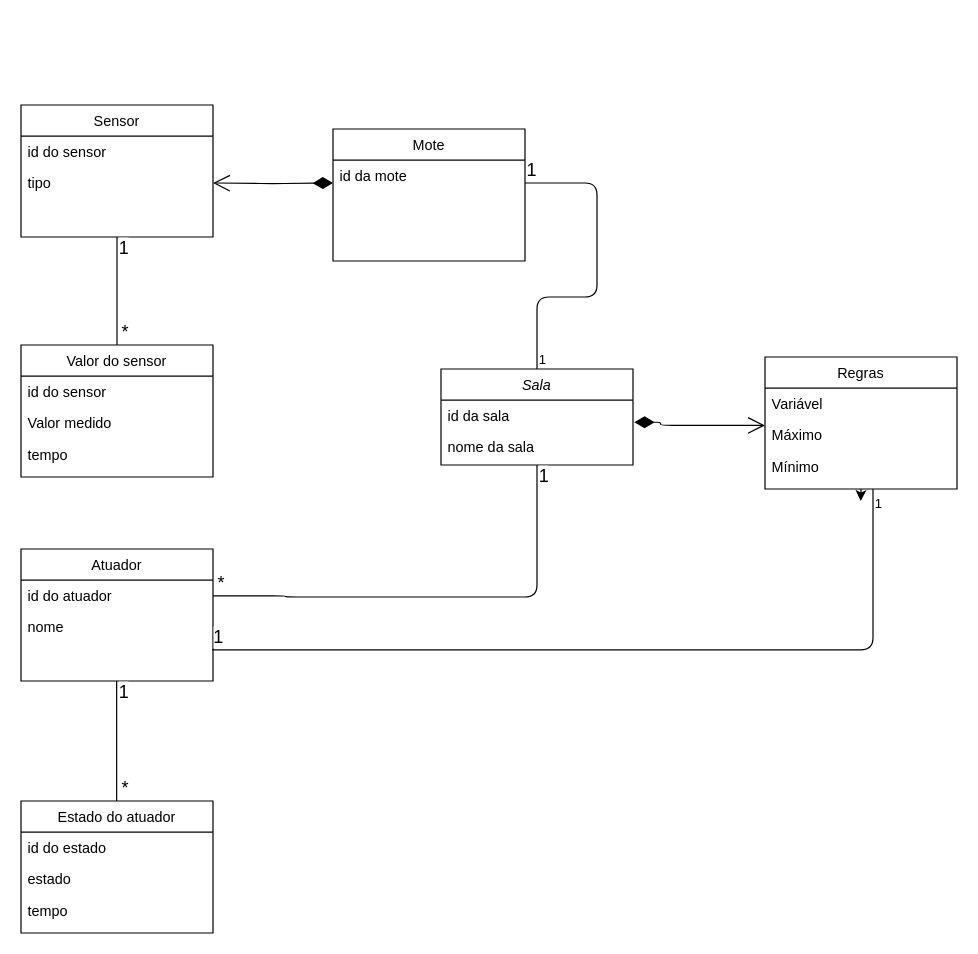
This is Documentation/UML_Class_Diagram.drawio from pedrosilva2703/SINF-FEUP, a draw.io file, before an edit. Source tidied: cells renumbered, new cells numbered last; positions are measured from the earlier drawing's top-left corner, leaving out a move shared by most shapes. Both pictures are drawn from the tidied source at 120%, with x=0, y=0 at pixel (20, 104).
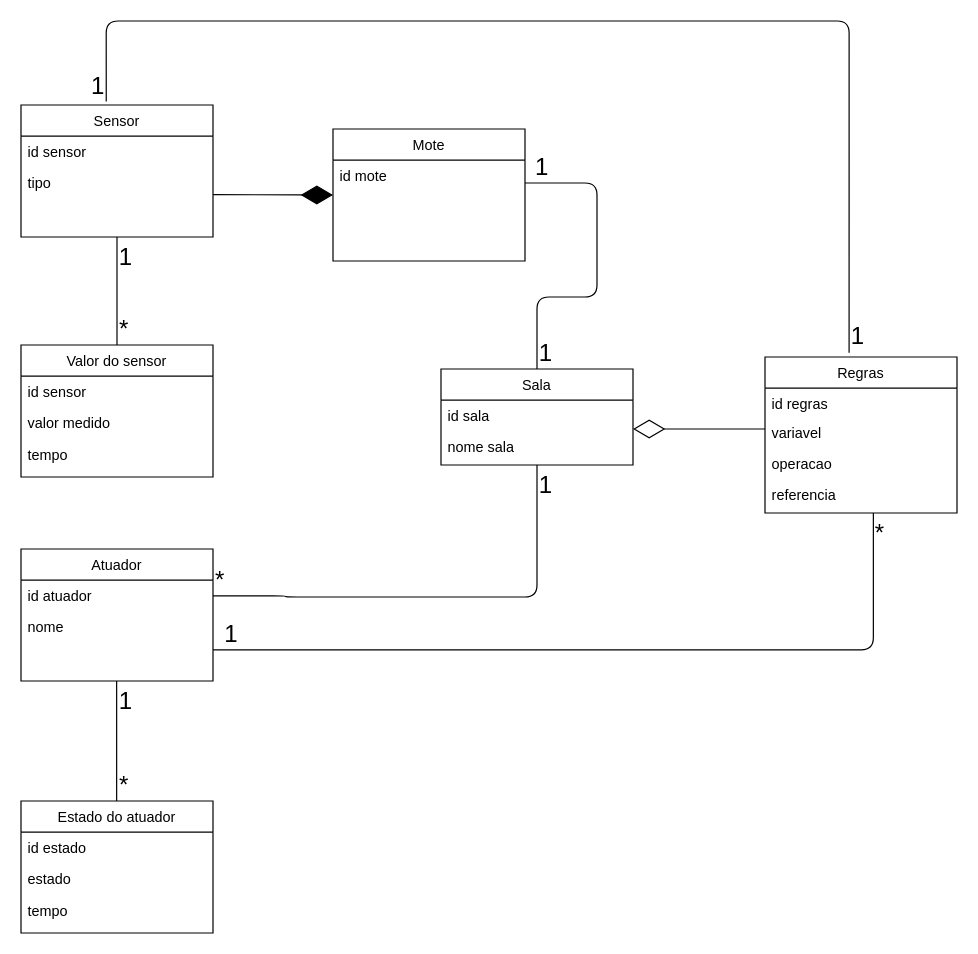
After the change.

The change refers to these unchanged cells:
```xml
<mxCell id="10" value="Atuador" style="swimlane;fontStyle=0;align=center;verticalAlign=top;horizontal=1;startSize=26;rounded=0;shadow=0;strokeWidth=1;" parent="1" vertex="1">
  <mxGeometry y="370" width="160" height="110" as="geometry" />
</mxCell>
<mxCell id="13" value="Sensor" style="swimlane;fontStyle=0;align=center;verticalAlign=top;horizontal=1;startSize=26;rounded=0;shadow=0;strokeWidth=1;" parent="1" vertex="1">
  <mxGeometry width="160" height="110" as="geometry" />
</mxCell>
<mxCell id="15" value="tipo" style="text;align=left;verticalAlign=top;spacingLeft=4;spacingRight=4;overflow=hidden;points=[[0,0.5],[1,0.5]];portConstraint=eastwest;rounded=0;shadow=0;html=0;" parent="13" vertex="1">
  <mxGeometry y="52" width="160" height="26" as="geometry" />
</mxCell>
<mxCell id="16" style="endArrow=none;html=1;edgeStyle=orthogonalEdgeStyle;exitX=0.5;exitY=0;exitDx=0;exitDy=0;entryX=1;entryY=0.5;entryDx=0;entryDy=0;" parent="1" edge="1" source="2">
  <mxGeometry relative="1" as="geometry">
    <mxPoint x="420" y="65" as="targetPoint" />
    <Array as="points">
      <mxPoint x="430" y="160" />
      <mxPoint x="480" y="160" />
      <mxPoint x="480" y="65" />
    </Array>
  </mxGeometry>
</mxCell>
<mxCell id="22" style="endArrow=none;html=1;edgeStyle=orthogonalEdgeStyle;exitX=0.5;exitY=1;exitDx=0;exitDy=0;entryX=1;entryY=0.5;entryDx=0;entryDy=0;" parent="1" edge="1" source="2" target="11">
  <mxGeometry relative="1" as="geometry">
    <Array as="points">
      <mxPoint x="430" y="410" />
      <mxPoint x="220" y="410" />
    </Array>
  </mxGeometry>
</mxCell>
<mxCell id="25" value="Mote" style="swimlane;fontStyle=0;align=center;verticalAlign=top;horizontal=1;startSize=26;rounded=0;shadow=0;strokeWidth=1;" parent="1" vertex="1">
  <mxGeometry x="260" y="20" width="160" height="110" as="geometry" />
</mxCell>
<mxCell id="28" value="Valor do sensor" style="swimlane;fontStyle=0;align=center;verticalAlign=top;horizontal=1;startSize=26;rounded=0;shadow=0;strokeWidth=1;" parent="1" vertex="1">
  <mxGeometry y="200" width="160" height="110" as="geometry" />
</mxCell>
<mxCell id="32" style="endArrow=none;html=1;edgeStyle=orthogonalEdgeStyle;exitX=0.5;exitY=1;exitDx=0;exitDy=0;entryX=0.5;entryY=0;entryDx=0;entryDy=0;" parent="1" edge="1" source="13" target="28">
  <mxGeometry relative="1" as="geometry" />
</mxCell>
<mxCell id="35" value="Estado do atuador" style="swimlane;fontStyle=0;align=center;verticalAlign=top;horizontal=1;startSize=26;rounded=0;shadow=0;strokeWidth=1;" parent="1" vertex="1">
  <mxGeometry y="580" width="160" height="110" as="geometry" />
</mxCell>
<mxCell id="39" style="endArrow=none;html=1;edgeStyle=orthogonalEdgeStyle;" parent="1" edge="1">
  <mxGeometry relative="1" as="geometry">
    <mxPoint x="79.7" y="480" as="sourcePoint" />
    <mxPoint x="79.7" y="580" as="targetPoint" />
    <Array as="points">
      <mxPoint x="79.7" y="480" />
    </Array>
  </mxGeometry>
</mxCell>
```

What changed in the source:
```diff
@@
-    <mxCell id="2" value="Sala" style="swimlane;fontStyle=2;align=center;verticalAlign=top;horizontal=1;startSize=26;rounded=0;shadow=0;strokeWidth=1;" parent="1" vertex="1">
+    <mxCell id="2" value="Sala" style="swimlane;fontStyle=0;align=center;verticalAlign=top;horizontal=1;startSize=26;rounded=0;shadow=0;strokeWidth=1;" parent="1" vertex="1">
       <mxGeometry x="350" y="220" width="160" height="80" as="geometry" />
     </mxCell>
-    <mxCell id="3" value="id da sala" style="text;align=left;verticalAlign=top;spacingLeft=4;spacingRight=4;overflow=hidden;points=[[0,0.5],[1,0.5]];portConstraint=eastwest;" parent="2" vertex="1">
+    <mxCell id="3" value="id sala" style="text;align=left;verticalAlign=top;spacingLeft=4;spacingRight=4;overflow=hidden;points=[[0,0.5],[1,0.5]];portConstraint=eastwest;" parent="2" vertex="1">
       <mxGeometry y="26" width="160" height="26" as="geometry" />
     </mxCell>
-    <mxCell id="4" value="nome da sala" style="text;align=left;verticalAlign=top;spacingLeft=4;spacingRight=4;overflow=hidden;rounded=0;shadow=0;html=0;" parent="2" vertex="1">
+    <mxCell id="4" value="nome sala" style="text;align=left;verticalAlign=top;spacingLeft=4;spacingRight=4;overflow=hidden;rounded=0;shadow=0;html=0;" parent="2" vertex="1">
       <mxGeometry y="52" width="160" height="26" as="geometry" />
     </mxCell>
-    <mxCell id="5" style="edgeStyle=orthogonalEdgeStyle;rounded=0;jettySize=auto;html=1;exitX=0.5;exitY=1;exitDx=0;exitDy=0;" parent="1" edge="1" source="6">
-      <mxGeometry relative="1" as="geometry">
-        <mxPoint x="699.8" y="330" as="targetPoint" />
-      </mxGeometry>
-    </mxCell>
     <mxCell id="6" value="Regras" style="swimlane;fontStyle=0;align=center;verticalAlign=top;horizontal=1;startSize=26;rounded=0;shadow=0;strokeWidth=1;" parent="1" vertex="1">
-      <mxGeometry x="620" y="210" width="160" height="110" as="geometry" />
+      <mxGeometry x="620" y="210" width="160" height="130" as="geometry" />
     </mxCell>
+    <mxCell id="43" value="id regras" style="text;align=left;verticalAlign=top;spacingLeft=4;spacingRight=4;overflow=hidden;rounded=0;shadow=0;html=0;" parent="6" vertex="1">
+      <mxGeometry y="26" width="160" height="24" as="geometry" />
+    </mxCell>
-    <mxCell id="7" value="Variável" style="text;align=left;verticalAlign=top;spacingLeft=4;spacingRight=4;overflow=hidden;" parent="6" vertex="1">
-      <mxGeometry y="26" width="160" height="26" as="geometry" />
+    <mxCell id="7" value="variavel" style="text;align=left;verticalAlign=top;spacingLeft=4;spacingRight=4;overflow=hidden;" parent="6" vertex="1">
+      <mxGeometry y="50" width="160" height="26" as="geometry" />
     </mxCell>
-    <mxCell id="8" value="Máximo" style="text;align=left;verticalAlign=top;spacingLeft=4;spacingRight=4;overflow=hidden;rounded=0;shadow=0;html=0;" parent="6" vertex="1">
-      <mxGeometry y="52" width="160" height="26" as="geometry" />
+    <mxCell id="8" value="operacao" style="text;align=left;verticalAlign=top;spacingLeft=4;spacingRight=4;overflow=hidden;rounded=0;shadow=0;html=0;" parent="6" vertex="1">
+      <mxGeometry y="76" width="160" height="26" as="geometry" />
     </mxCell>
-    <mxCell id="9" value="Mínimo" style="text;align=left;verticalAlign=top;spacingLeft=4;spacingRight=4;overflow=hidden;rounded=0;shadow=0;html=0;" parent="6" vertex="1">
-      <mxGeometry y="78" width="160" height="26" as="geometry" />
+    <mxCell id="9" value="referencia" style="text;align=left;verticalAlign=top;spacingLeft=4;spacingRight=4;overflow=hidden;rounded=0;shadow=0;html=0;" parent="6" vertex="1">
+      <mxGeometry y="102" width="160" height="24" as="geometry" />
     </mxCell>
@@
-    <mxCell id="11" value="id do atuador" style="text;align=left;verticalAlign=top;spacingLeft=4;spacingRight=4;overflow=hidden;points=[[0,0.5],[1,0.5]];portConstraint=eastwest;" parent="10" vertex="1">
+    <mxCell id="11" value="id atuador" style="text;align=left;verticalAlign=top;spacingLeft=4;spacingRight=4;overflow=hidden;points=[[0,0.5],[1,0.5]];portConstraint=eastwest;" parent="10" vertex="1">
       <mxGeometry y="26" width="160" height="26" as="geometry" />
     </mxCell>
@@
-    <mxCell id="14" value="id do sensor" style="text;align=left;verticalAlign=top;spacingLeft=4;spacingRight=4;overflow=hidden;" parent="13" vertex="1">
+    <mxCell id="14" value="id sensor" style="text;align=left;verticalAlign=top;spacingLeft=4;spacingRight=4;overflow=hidden;" parent="13" vertex="1">
       <mxGeometry y="26" width="160" height="26" as="geometry" />
     </mxCell>
@@
-    <mxCell id="17" value="1" style="edgeLabel;html=1;align=left;verticalAlign=bottom;" parent="16" vertex="1">
+    <mxCell id="17" value="1" style="edgeLabel;html=1;align=left;verticalAlign=bottom;fontSize=20;" parent="16" vertex="1">
       <mxGeometry x="-1" relative="1" as="geometry" />
     </mxCell>
-    <mxCell id="18" value="1" style="edgeLabel;html=1;align=right;verticalAlign=bottom;fontSize=15;" parent="16" vertex="1">
+    <mxCell id="18" value="1" style="edgeLabel;html=1;align=right;verticalAlign=bottom;fontSize=20;" parent="16" vertex="1">
       <mxGeometry x="1" relative="1" as="geometry">
-        <mxPoint x="10" as="offset" />
+        <mxPoint x="20" as="offset" />
       </mxGeometry>
     </mxCell>
     <mxCell id="19" style="endArrow=none;html=1;edgeStyle=orthogonalEdgeStyle;entryX=0.996;entryY=0.231;entryDx=0;entryDy=0;entryPerimeter=0;" parent="1" edge="1">
       <mxGeometry relative="1" as="geometry">
-        <mxPoint x="710" y="320" as="sourcePoint" />
-        <mxPoint x="159.4" y="454" as="targetPoint" />
+        <mxPoint x="710.3" y="340" as="sourcePoint" />
+        <mxPoint x="160" y="454" as="targetPoint" />
         <Array as="points">
-          <mxPoint x="710" y="454" />
+          <mxPoint x="710.6" y="454" />
         </Array>
       </mxGeometry>
     </mxCell>
-    <mxCell id="20" value="1" style="edgeLabel;html=1;align=left;verticalAlign=bottom;" parent="19" vertex="1">
+    <mxCell id="20" value="*" style="edgeLabel;html=1;align=left;verticalAlign=bottom;fontSize=20;" parent="19" vertex="1">
       <mxGeometry x="-1" relative="1" as="geometry">
-        <mxPoint y="20" as="offset" />
+        <mxPoint y="30" as="offset" />
       </mxGeometry>
     </mxCell>
-    <mxCell id="21" value="1" style="edgeLabel;html=1;align=right;verticalAlign=bottom;fontSize=15;" parent="19" vertex="1">
+    <mxCell id="21" value="1" style="edgeLabel;html=1;align=right;verticalAlign=bottom;fontSize=20;" parent="19" vertex="1">
       <mxGeometry x="1" relative="1" as="geometry">
-        <mxPoint x="10" as="offset" />
+        <mxPoint x="21" as="offset" />
       </mxGeometry>
     </mxCell>
@@
-    <mxCell id="23" value="&lt;font style=&quot;font-size: 15px&quot;&gt;1&lt;/font&gt;" style="edgeLabel;html=1;align=left;verticalAlign=bottom;" parent="22" vertex="1">
+    <mxCell id="23" value="&lt;font style=&quot;font-size: 20px;&quot;&gt;1&lt;/font&gt;" style="edgeLabel;html=1;align=left;verticalAlign=bottom;fontSize=20;" parent="22" vertex="1">
       <mxGeometry x="-1" relative="1" as="geometry">
-        <mxPoint y="20" as="offset" />
+        <mxPoint y="30" as="offset" />
       </mxGeometry>
     </mxCell>
-    <mxCell id="24" value="&lt;font style=&quot;font-size: 15px&quot;&gt;*&lt;/font&gt;" style="edgeLabel;html=1;align=right;verticalAlign=bottom;" parent="22" vertex="1">
+    <mxCell id="24" value="&lt;font style=&quot;font-size: 20px;&quot;&gt;*&lt;/font&gt;" style="edgeLabel;html=1;align=right;verticalAlign=bottom;fontSize=20;" parent="22" vertex="1">
       <mxGeometry x="1" relative="1" as="geometry">
         <mxPoint x="10" as="offset" />
       </mxGeometry>
     </mxCell>
@@
-    <mxCell id="26" value="id da mote" style="text;align=left;verticalAlign=top;spacingLeft=4;spacingRight=4;overflow=hidden;" parent="25" vertex="1">
+    <mxCell id="26" value="id mote" style="text;align=left;verticalAlign=top;spacingLeft=4;spacingRight=4;overflow=hidden;" parent="25" vertex="1">
       <mxGeometry y="26" width="160" height="26" as="geometry" />
     </mxCell>
-    <mxCell id="27" style="endArrow=open;html=1;endSize=12;startArrow=diamondThin;startSize=14;startFill=1;edgeStyle=orthogonalEdgeStyle;align=left;verticalAlign=bottom;exitX=0;exitY=0.5;exitDx=0;exitDy=0;entryX=1;entryY=0.5;entryDx=0;entryDy=0;" parent="1" edge="1" target="15">
-      <mxGeometry x="-1" y="3" relative="1" as="geometry">
-        <mxPoint x="260" y="65" as="sourcePoint" />
-      </mxGeometry>
-    </mxCell>
@@
-    <mxCell id="29" value="id do sensor" style="text;align=left;verticalAlign=top;spacingLeft=4;spacingRight=4;overflow=hidden;" parent="28" vertex="1">
+    <mxCell id="29" value="id sensor" style="text;align=left;verticalAlign=top;spacingLeft=4;spacingRight=4;overflow=hidden;" parent="28" vertex="1">
       <mxGeometry y="26" width="160" height="26" as="geometry" />
     </mxCell>
-    <mxCell id="30" value="Valor medido&#10;" style="text;align=left;verticalAlign=top;spacingLeft=4;spacingRight=4;overflow=hidden;rounded=0;shadow=0;html=0;" parent="28" vertex="1">
+    <mxCell id="30" value="valor medido" style="text;align=left;verticalAlign=top;spacingLeft=4;spacingRight=4;overflow=hidden;rounded=0;shadow=0;html=0;" parent="28" vertex="1">
       <mxGeometry y="52" width="160" height="26" as="geometry" />
     </mxCell>
@@
-    <mxCell id="33" value="1" style="edgeLabel;html=1;align=left;verticalAlign=bottom;fontSize=15;" parent="32" vertex="1">
+    <mxCell id="33" value="1" style="edgeLabel;html=1;align=left;verticalAlign=bottom;fontSize=20;" parent="32" vertex="1">
       <mxGeometry x="-1" relative="1" as="geometry">
-        <mxPoint y="20" as="offset" />
+        <mxPoint y="30" as="offset" />
       </mxGeometry>
     </mxCell>
-    <mxCell id="34" value="*" style="edgeLabel;html=1;align=right;verticalAlign=bottom;fontSize=15;" parent="32" vertex="1">
+    <mxCell id="34" value="*" style="edgeLabel;html=1;align=right;verticalAlign=bottom;fontSize=20;" parent="32" vertex="1">
       <mxGeometry x="1" relative="1" as="geometry">
         <mxPoint x="10" as="offset" />
       </mxGeometry>
     </mxCell>
@@
-    <mxCell id="36" value="id do estado" style="text;align=left;verticalAlign=top;spacingLeft=4;spacingRight=4;overflow=hidden;" parent="35" vertex="1">
+    <mxCell id="36" value="id estado" style="text;align=left;verticalAlign=top;spacingLeft=4;spacingRight=4;overflow=hidden;" parent="35" vertex="1">
       <mxGeometry y="26" width="160" height="26" as="geometry" />
     </mxCell>
@@
-    <mxCell id="40" value="1" style="edgeLabel;html=1;align=left;verticalAlign=bottom;fontSize=15;" parent="39" vertex="1">
+    <mxCell id="40" value="1" style="edgeLabel;html=1;align=left;verticalAlign=bottom;fontSize=20;" parent="39" vertex="1">
       <mxGeometry x="-1" relative="1" as="geometry">
-        <mxPoint y="20" as="offset" />
+        <mxPoint y="30" as="offset" />
       </mxGeometry>
     </mxCell>
-    <mxCell id="41" value="*" style="edgeLabel;html=1;align=right;verticalAlign=bottom;fontSize=15;" parent="39" vertex="1">
+    <mxCell id="41" value="*" style="edgeLabel;html=1;align=right;verticalAlign=bottom;fontSize=20;" parent="39" vertex="1">
       <mxGeometry x="1" relative="1" as="geometry">
         <mxPoint x="10" as="offset" />
       </mxGeometry>
     </mxCell>
-    <mxCell id="42" style="endArrow=open;html=1;endSize=12;startArrow=diamondThin;startSize=14;startFill=1;edgeStyle=orthogonalEdgeStyle;align=left;verticalAlign=bottom;exitX=1.007;exitY=0.706;exitDx=0;exitDy=0;exitPerimeter=0;" parent="1" edge="1" source="3">
-      <mxGeometry x="-1" y="3" relative="1" as="geometry">
-        <mxPoint x="620" y="267" as="targetPoint" />
-        <Array as="points">
-          <mxPoint x="533" y="264" />
-          <mxPoint x="533" y="267" />
-        </Array>
-      </mxGeometry>
-    </mxCell>
+    <mxCell id="44" style="endArrow=diamondThin;endFill=0;endSize=24;html=1;fontSize=15;" parent="1" edge="1">
+      <mxGeometry relative="1" as="geometry">
+        <mxPoint x="620" y="270" as="sourcePoint" />
+        <mxPoint x="510" y="270" as="targetPoint" />
+      </mxGeometry>
+    </mxCell>
+    <mxCell id="45" style="endArrow=diamondThin;endFill=1;endSize=24;html=1;fontSize=15;entryX=0;entryY=0.5;entryDx=0;entryDy=0;" parent="1" edge="1" target="25">
+      <mxGeometry relative="1" as="geometry">
+        <mxPoint x="160" y="74.7" as="sourcePoint" />
+      </mxGeometry>
+    </mxCell>
+    <mxCell id="46" style="endArrow=none;html=1;edgeStyle=orthogonalEdgeStyle;fontSize=15;exitX=0.438;exitY=-0.027;exitDx=0;exitDy=0;exitPerimeter=0;entryX=0.444;entryY=-0.027;entryDx=0;entryDy=0;entryPerimeter=0;" parent="1" edge="1" source="6" target="13">
+      <mxGeometry relative="1" as="geometry">
+        <Array as="points">
+          <mxPoint x="690" y="-70" />
+          <mxPoint x="71" y="-70" />
+        </Array>
+      </mxGeometry>
+    </mxCell>
+    <mxCell id="47" value="1" style="edgeLabel;html=1;align=left;verticalAlign=bottom;fontSize=20;" parent="46" vertex="1">
+      <mxGeometry x="-1" relative="1" as="geometry" />
+    </mxCell>
+    <mxCell id="48" value="1" style="edgeLabel;html=1;align=right;verticalAlign=bottom;fontSize=20;" parent="46" vertex="1">
+      <mxGeometry x="1" relative="1" as="geometry">
+        <mxPoint x="-1" as="offset" />
+      </mxGeometry>
+    </mxCell>
```
